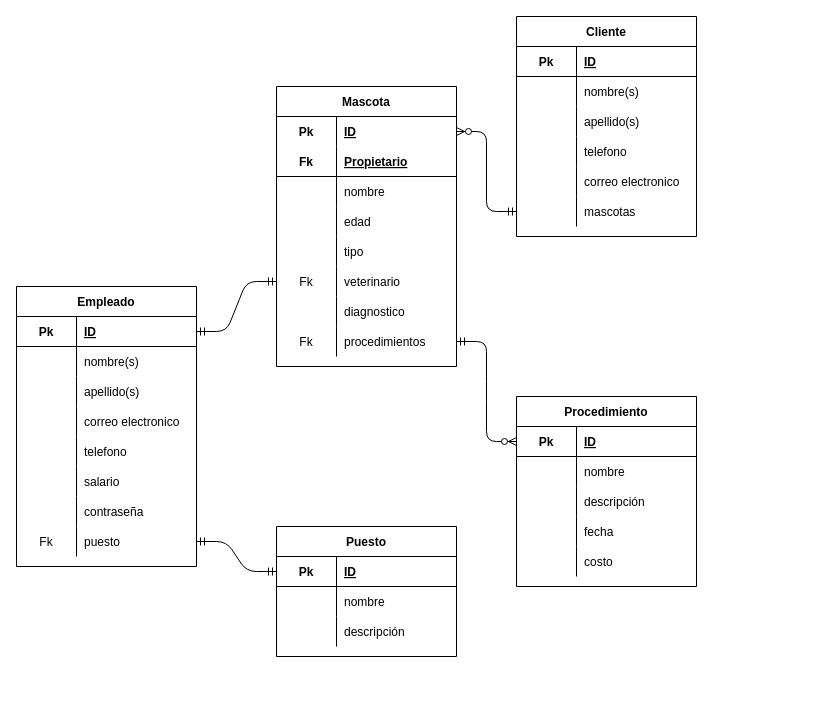
NataliaPerez08/proyectoETE keeps this draw.io diagram as page "modeloEntidadRelacion" (2 of 3) of Diagramas.drawio. Above is the earlier version. Source tidied: cells renumbered, new cells numbered last; positions are measured from the earlier drawing's top-left corner, leaving out a move shared by most shapes. Both pictures are drawn from the tidied source at 100%, with x=0, y=0 at pixel (16, 16).
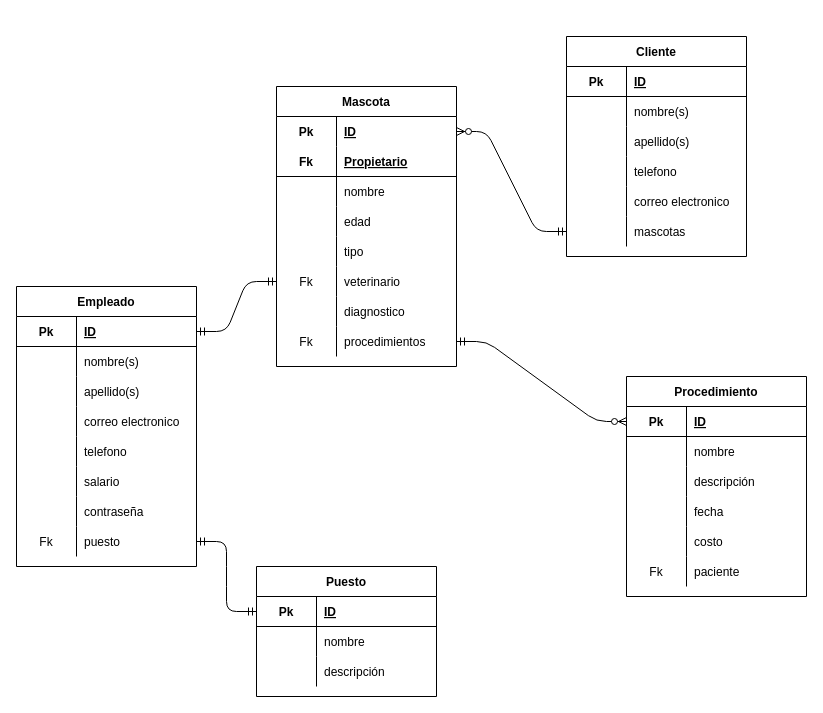
The same diagram, later.

Diff of the diagram source:
```diff
@@
     <mxCell id="2" value="Cliente" style="shape=table;startSize=30;childLayout=tableLayout;rowLines=0;fontStyle=1;align=center;" parent="1" vertex="1">
-      <mxGeometry x="500" width="180" height="220" as="geometry" />
+      <mxGeometry x="550" y="20" width="180" height="220" as="geometry" />
     </mxCell>
@@
     <mxCell id="46" value="Procedimiento" style="shape=table;startSize=30;childLayout=tableLayout;rowLines=0;fontStyle=1;align=center;" parent="1" vertex="1">
-      <mxGeometry x="500" y="380" width="180" height="190" as="geometry" />
+      <mxGeometry x="610" y="360" width="180" height="220" as="geometry" />
     </mxCell>
@@
+    <mxCell id="101" style="shape=partialRectangle;fillColor=none;top=0;left=0;bottom=0;right=0;" parent="46" vertex="1">
+      <mxGeometry y="180" width="180" height="30" as="geometry" />
+    </mxCell>
+    <mxCell id="102" value="Fk" style="shape=partialRectangle;fillColor=none;top=0;left=0;bottom=0;right=0;overflow=hidden;" parent="101" vertex="1">
+      <mxGeometry width="60" height="30" as="geometry" />
+    </mxCell>
+    <mxCell id="103" value="paciente" style="shape=partialRectangle;fillColor=none;top=0;left=0;bottom=0;right=0;align=left;spacingLeft=6;overflow=hidden;" parent="101" vertex="1">
+      <mxGeometry x="60" width="120" height="30" as="geometry" />
+    </mxCell>
@@
     <mxCell id="89" value="Puesto" style="shape=table;startSize=30;childLayout=tableLayout;rowLines=0;fontStyle=1;align=center;" parent="1" vertex="1">
-      <mxGeometry x="260" y="510" width="180" height="130" as="geometry" />
+      <mxGeometry x="240" y="550" width="180" height="130" as="geometry" />
     </mxCell>
```
